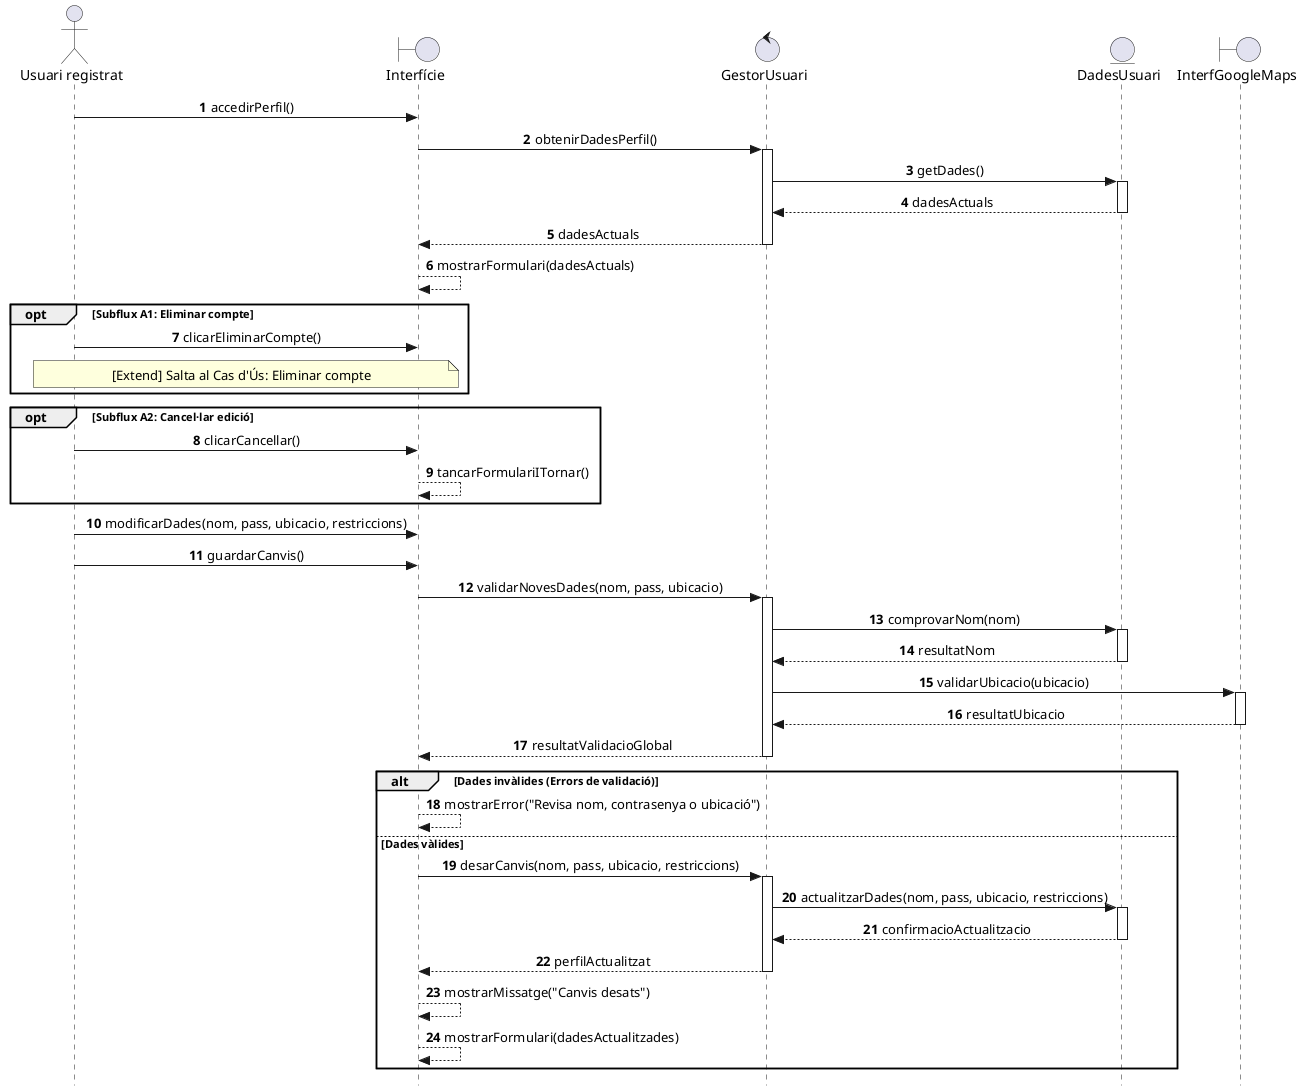
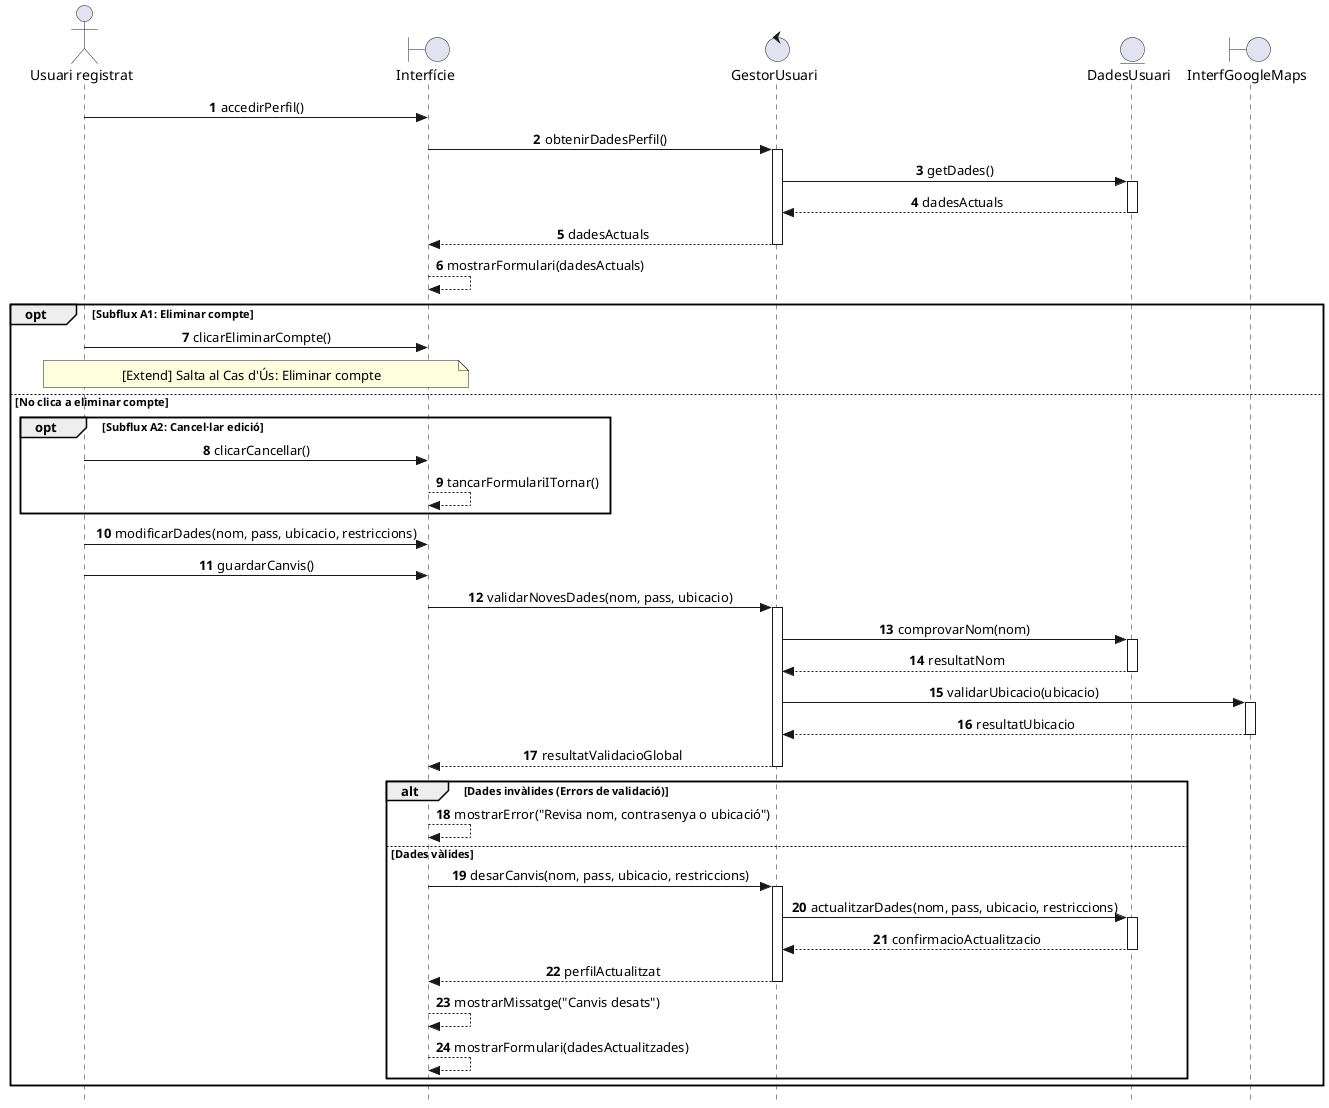
@startuml
autonumber
skinparam style strictuml
skinparam SequenceMessageAlign center

actor "Usuari registrat" as UR
boundary "Interfície" as Interf
control "GestorUsuari" as GestorUs
entity "DadesUsuari" as DadesUsuari
boundary "InterfGoogleMaps" as InterfGmaps

UR -> Interf: accedirPerfil()
Interf -> GestorUs: obtenirDadesPerfil()
activate GestorUs
GestorUs -> DadesUsuari: getDades()
activate DadesUsuari
DadesUsuari --> GestorUs: dadesActuals
deactivate DadesUsuari
GestorUs --> Interf: dadesActuals
deactivate GestorUs
Interf --> Interf: mostrarFormulari(dadesActuals)

opt Subflux A1: Eliminar compte
    UR -> Interf: clicarEliminarCompte()
    note over UR, Interf: [Extend] Salta al Cas d'Ús: Eliminar compte
- end
+ else No clica a eliminar compte

- opt Subflux A2: Cancel·lar edició
-     UR -> Interf: clicarCancellar()
-     Interf --> Interf: tancarFormulariITornar()
- end
+     opt Subflux A2: Cancel·lar edició
+         UR -> Interf: clicarCancellar()
+         Interf --> Interf: tancarFormulariITornar()
+     end

- UR -> Interf: modificarDades(nom, pass, ubicacio, restriccions)
- UR -> Interf: guardarCanvis()
+     UR -> Interf: modificarDades(nom, pass, ubicacio, restriccions)
+     UR -> Interf: guardarCanvis()

- Interf -> GestorUs: validarNovesDades(nom, pass, ubicacio)
- activate GestorUs
- 
- ' Validem nom a la BD
- GestorUs -> DadesUsuari: comprovarNom(nom)
- activate DadesUsuari
- DadesUsuari --> GestorUs: resultatNom
- deactivate DadesUsuari
- 
- ' Validem ubicació mitjançant la Interfície de l'API externa
- GestorUs -> InterfGmaps: validarUbicacio(ubicacio)
- activate InterfGmaps
- InterfGmaps --> GestorUs: resultatUbicacio
- deactivate InterfGmaps
- 
- GestorUs --> Interf: resultatValidacioGlobal
- deactivate GestorUs
- 
- alt Dades invàlides (Errors de validació)
-     Interf --> Interf: mostrarError("Revisa nom, contrasenya o ubicació")
- else Dades vàlides
-     Interf -> GestorUs: desarCanvis(nom, pass, ubicacio, restriccions)
+     Interf -> GestorUs: validarNovesDades(nom, pass, ubicacio)
    activate GestorUs

-     GestorUs -> DadesUsuari: actualitzarDades(nom, pass, ubicacio, restriccions)
+     ' Validem nom a la BD
+     GestorUs -> DadesUsuari: comprovarNom(nom)
    activate DadesUsuari
-     DadesUsuari --> GestorUs: confirmacioActualitzacio
+     DadesUsuari --> GestorUs: resultatNom
    deactivate DadesUsuari

-     GestorUs --> Interf: perfilActualitzat
+     ' Validem ubicació mitjançant la Interfície de l'API externa
+     GestorUs -> InterfGmaps: validarUbicacio(ubicacio)
+     activate InterfGmaps
+     InterfGmaps --> GestorUs: resultatUbicacio
+     deactivate InterfGmaps
+ 
+     GestorUs --> Interf: resultatValidacioGlobal
    deactivate GestorUs

-     Interf --> Interf: mostrarMissatge("Canvis desats")
-     Interf --> Interf: mostrarFormulari(dadesActualitzades)
- end
+     alt Dades invàlides (Errors de validació)
+         Interf --> Interf: mostrarError("Revisa nom, contrasenya o ubicació")
+     else Dades vàlides
+         Interf -> GestorUs: desarCanvis(nom, pass, ubicacio, restriccions)
+         activate GestorUs
+ 
+         GestorUs -> DadesUsuari: actualitzarDades(nom, pass, ubicacio, restriccions)
+         activate DadesUsuari
+         DadesUsuari --> GestorUs: confirmacioActualitzacio
+         deactivate DadesUsuari
+ 
+         GestorUs --> Interf: perfilActualitzat
+         deactivate GestorUs
+ 
+         Interf --> Interf: mostrarMissatge("Canvis desats")
+         Interf --> Interf: mostrarFormulari(dadesActualitzades)
+     end
+   end

@enduml
